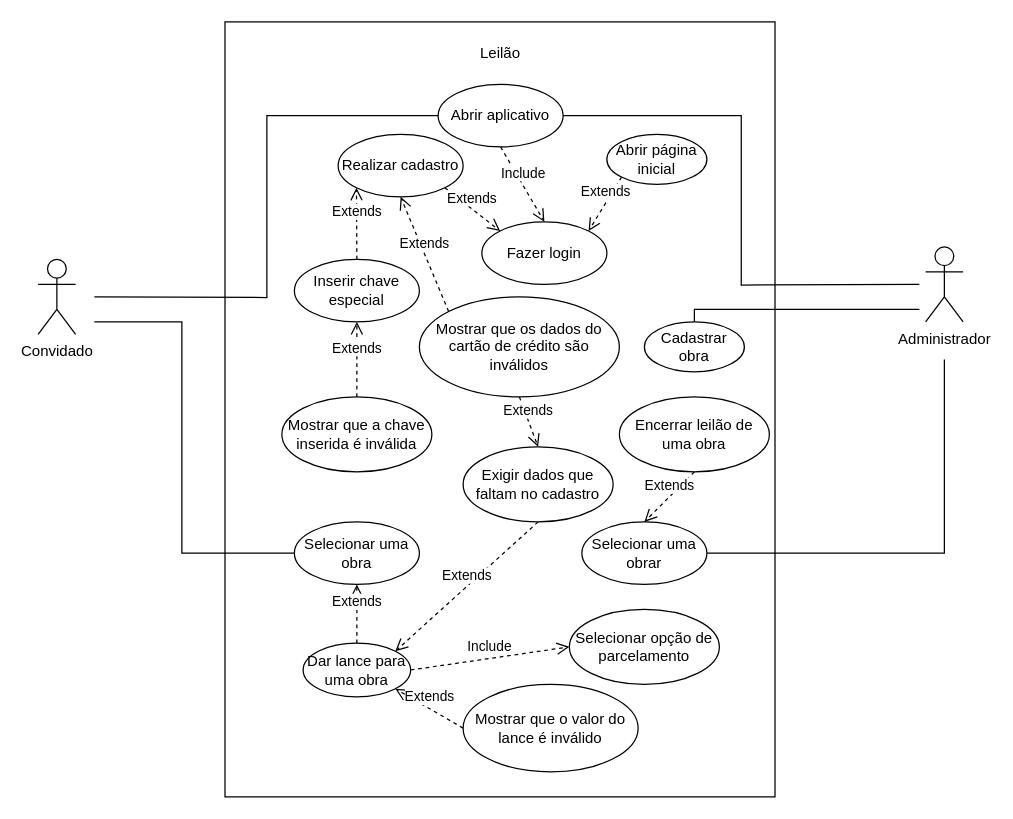
Earlier version of the draw.io diagram Untitled Diagram.drawio (bruniculos08/AMS0001). Source tidied: cells renumbered, new cells numbered last; positions are measured from the earlier drawing's top-left corner, leaving out a move shared by most shapes. Both pictures are drawn from the tidied source at 125%, with x=0, y=0 at pixel (38, 21).
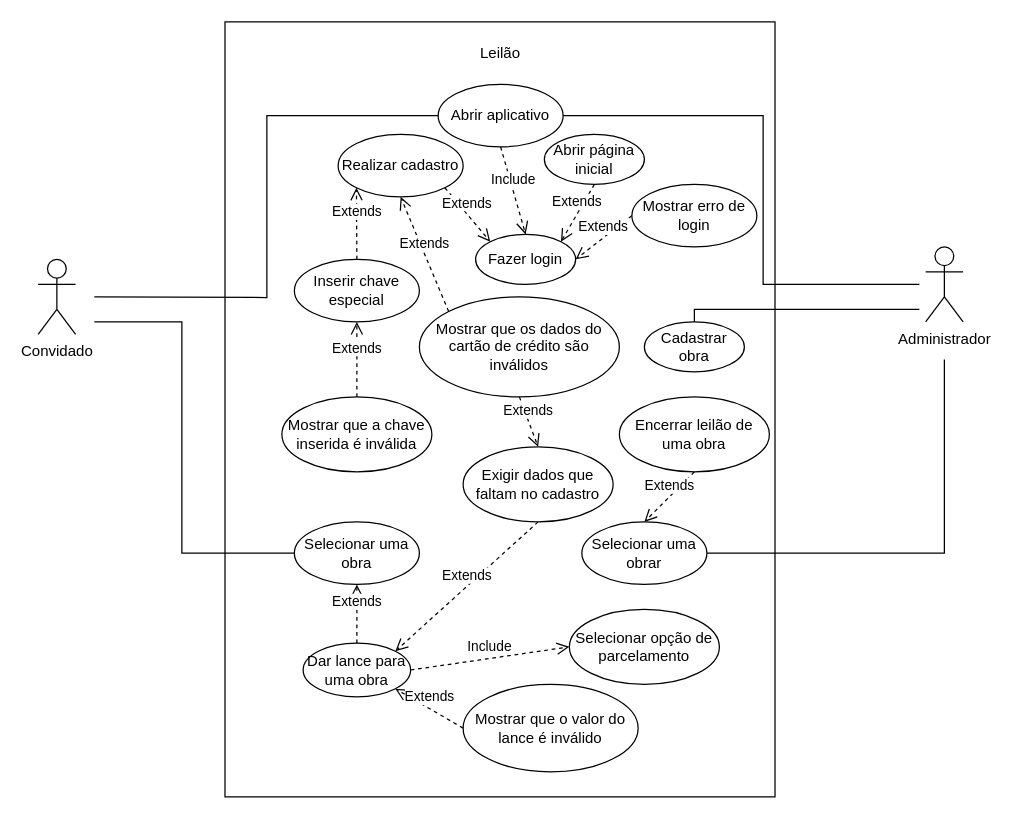
Above is the later version.

Commit message (it also covers changes not shown here):
Update Untitled Diagram

The change refers to these unchanged cells:
```xml
<mxCell id="11" value="Abrir aplicativo" style="ellipse;whiteSpace=wrap;html=1;" parent="1" vertex="1">
  <mxGeometry x="320" y="50" width="100" height="50" as="geometry" />
</mxCell>
```

The edit, as a diff of the source:
```diff
@@
     <mxCell id="6" style="edgeStyle=orthogonalEdgeStyle;rounded=0;jettySize=auto;html=1;entryX=1;entryY=0.5;entryDx=0;entryDy=0;endArrow=none;endFill=0;" parent="1" edge="1" target="11">
       <mxGeometry relative="1" as="geometry">
         <mxPoint x="705" y="210" as="sourcePoint" />
+        <Array as="points">
+          <mxPoint x="580" y="210" />
+          <mxPoint x="580" y="75" />
+        </Array>
       </mxGeometry>
     </mxCell>
@@
     <mxCell id="12" value="Fazer login" style="ellipse;whiteSpace=wrap;html=1;" parent="1" vertex="1">
-      <mxGeometry x="355" y="160" width="100" height="50" as="geometry" />
+      <mxGeometry x="350" y="170" width="80" height="40" as="geometry" />
     </mxCell>
@@
     <mxCell id="20" value="Abrir página inicial" style="ellipse;whiteSpace=wrap;html=1;" parent="1" vertex="1">
-      <mxGeometry x="455" y="90" width="80" height="40" as="geometry" />
+      <mxGeometry x="405" y="90" width="80" height="40" as="geometry" />
     </mxCell>
-    <mxCell id="21" value="Extends" style="html=1;verticalAlign=bottom;endArrow=open;dashed=1;endSize=8;rounded=0;entryX=1;entryY=0;entryDx=0;entryDy=0;exitX=0;exitY=1;exitDx=0;exitDy=0;" parent="1" edge="1" source="20" target="12">
+    <mxCell id="21" value="Extends" style="html=1;verticalAlign=bottom;endArrow=open;dashed=1;endSize=8;rounded=0;entryX=1;entryY=0;entryDx=0;entryDy=0;exitX=0.5;exitY=1;exitDx=0;exitDy=0;" parent="1" edge="1" source="20" target="12">
       <mxGeometry relative="1" as="geometry" />
     </mxCell>
@@
+    <mxCell id="38" value="Mostrar erro de login" style="ellipse;whiteSpace=wrap;html=1;" parent="1" vertex="1">
+      <mxGeometry x="475" y="130" width="100" height="50" as="geometry" />
+    </mxCell>
+    <mxCell id="39" value="Extends" style="html=1;verticalAlign=bottom;endArrow=open;dashed=1;endSize=8;rounded=0;entryX=1;entryY=0.5;entryDx=0;entryDy=0;exitX=0;exitY=0.5;exitDx=0;exitDy=0;" parent="1" edge="1" source="38" target="12">
+      <mxGeometry relative="1" as="geometry" />
+    </mxCell>
```
